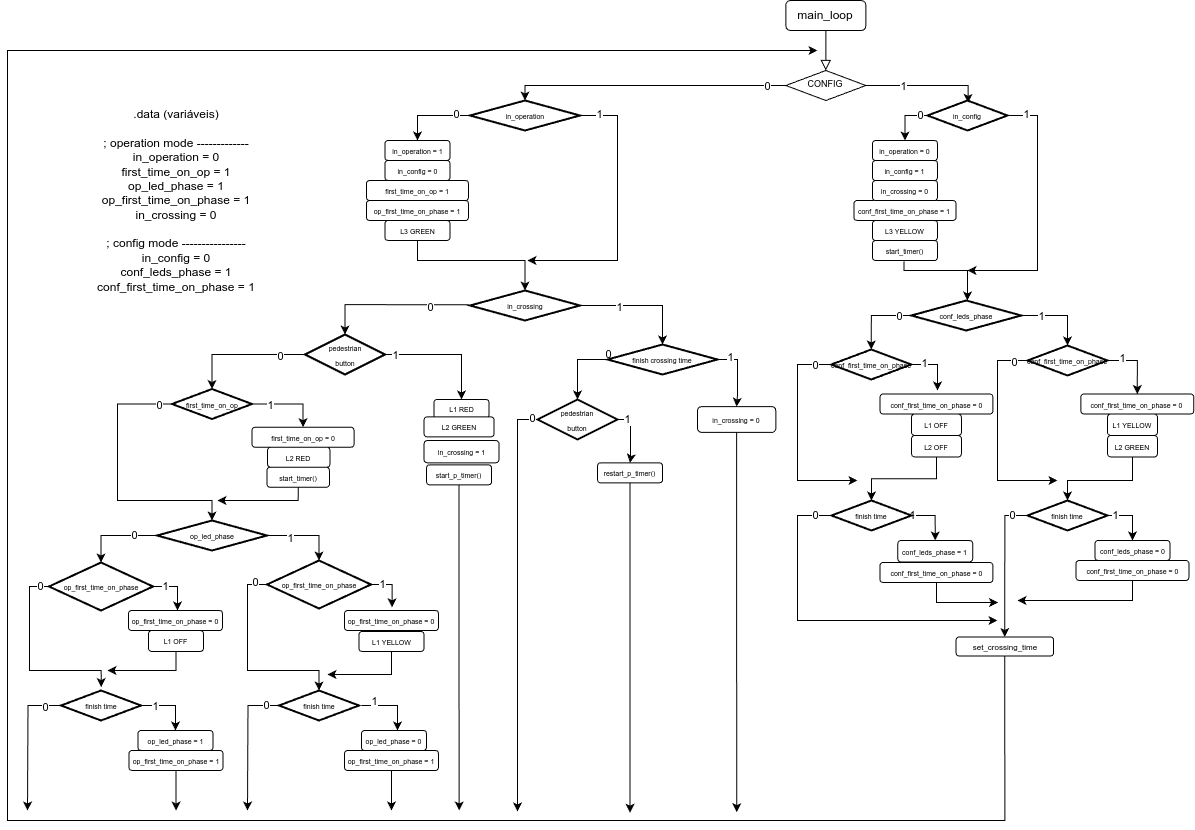
This is Assignments/Assignment_4/stateMachine.drawio.png from oicnanev/CompArch-ISEL-2324, a draw.io export, as it was before one commit. Source tidied: cells renumbered, new cells last; positions are measured from the earlier drawing's top-left corner, leaving out a move shared by most shapes.
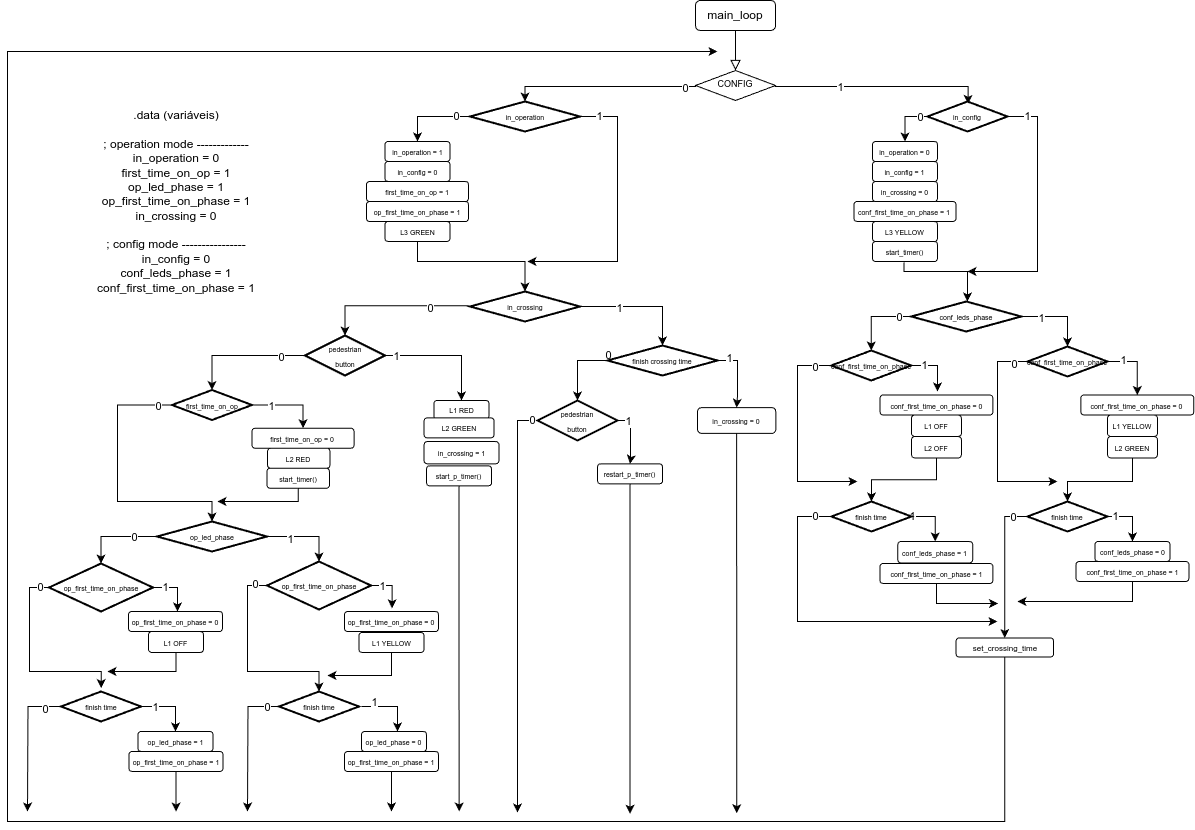
The same file after the commit.

Commit message:
correct stateMachine

What changed in the source:
```diff
@@ -6,7 +6,7 @@
       <mxGeometry relative="1" as="geometry" />
     </mxCell>
     <mxCell id="3" value="main_loop" style="rounded=1;whiteSpace=wrap;html=1;fontSize=12;glass=0;strokeWidth=1;shadow=0;" parent="1" vertex="1">
-      <mxGeometry x="778.3" width="80" height="30" as="geometry" />
+      <mxGeometry x="688" y="-1" width="80" height="30" as="geometry" />
     </mxCell>
     <mxCell id="4" style="edgeStyle=orthogonalEdgeStyle;rounded=0;jettySize=auto;html=1;exitX=1;exitY=0.5;exitDx=0;exitDy=0;entryX=0.507;entryY=0.081;entryDx=0;entryDy=0;entryPerimeter=0;" parent="1" edge="1" source="6" target="83">
       <mxGeometry relative="1" as="geometry">
@@ -21,7 +21,7 @@
       </mxGeometry>
     </mxCell>
     <mxCell id="6" value="&lt;font style=&quot;font-size: 9px;&quot;&gt;CONFIG&lt;/font&gt;" style="rhombus;whiteSpace=wrap;html=1;shadow=0;fontFamily=Helvetica;fontSize=12;align=center;strokeWidth=1;spacing=6;spacingTop=-4;" parent="1" vertex="1">
-      <mxGeometry x="778.3" y="70" width="80" height="30" as="geometry" />
+      <mxGeometry x="688" y="69" width="80" height="30" as="geometry" />
     </mxCell>
     <mxCell id="7" style="edgeStyle=orthogonalEdgeStyle;rounded=0;jettySize=auto;html=1;exitX=1;exitY=0.5;exitDx=0;exitDy=0;exitPerimeter=0;entryX=0.5;entryY=0;entryDx=0;entryDy=0;entryPerimeter=0;" parent="1" edge="1" source="9" target="34">
       <mxGeometry relative="1" as="geometry">
@@ -264,7 +264,7 @@
     </mxCell>
     <mxCell id="65" style="edgeStyle=orthogonalEdgeStyle;rounded=0;jettySize=auto;html=1;exitX=0.5;exitY=1;exitDx=0;exitDy=0;" parent="1" edge="1" source="66">
       <mxGeometry relative="1" as="geometry">
-        <mxPoint x="810" y="50" as="targetPoint" />
+        <mxPoint x="710" y="50" as="targetPoint" />
         <Array as="points">
           <mxPoint x="997" y="820" />
           <mxPoint y="820" />
@@ -526,7 +526,7 @@
         <mxPoint x="990" y="602" as="targetPoint" />
       </mxGeometry>
     </mxCell>
-    <mxCell id="126" value="&lt;font style=&quot;font-size: 7px;&quot;&gt;conf_first_time_on_phase = 0&lt;/font&gt;" style="rounded=1;whiteSpace=wrap;html=1;fontSize=12;glass=0;strokeWidth=1;shadow=0;" parent="1" vertex="1">
+    <mxCell id="126" value="&lt;font style=&quot;font-size: 7px;&quot;&gt;conf_first_time_on_phase = 1&lt;/font&gt;" style="rounded=1;whiteSpace=wrap;html=1;fontSize=12;glass=0;strokeWidth=1;shadow=0;" parent="1" vertex="1">
       <mxGeometry x="872.5" y="562" width="112.9" height="20" as="geometry" />
     </mxCell>
     <mxCell id="127" style="edgeStyle=orthogonalEdgeStyle;rounded=0;jettySize=auto;html=1;exitX=0.5;exitY=1;exitDx=0;exitDy=0;" parent="1" edge="1" source="128">
@@ -537,7 +537,7 @@
         </Array>
       </mxGeometry>
     </mxCell>
-    <mxCell id="128" value="&lt;font style=&quot;font-size: 7px;&quot;&gt;conf_first_time_on_phase = 0&lt;/font&gt;" style="rounded=1;whiteSpace=wrap;html=1;fontSize=12;glass=0;strokeWidth=1;shadow=0;" parent="1" vertex="1">
+    <mxCell id="128" value="&lt;font style=&quot;font-size: 7px;&quot;&gt;conf_first_time_on_phase = 1&lt;/font&gt;" style="rounded=1;whiteSpace=wrap;html=1;fontSize=12;glass=0;strokeWidth=1;shadow=0;" parent="1" vertex="1">
       <mxGeometry x="1068.5" y="560" width="112.9" height="20" as="geometry" />
     </mxCell>
     <mxCell id="129" value="&lt;font style=&quot;font-size: 7px;&quot;&gt;op_first_time_on_phase = 1&lt;/font&gt;" style="rounded=1;whiteSpace=wrap;html=1;fontSize=12;glass=0;strokeWidth=1;shadow=0;" parent="1" vertex="1">
```
